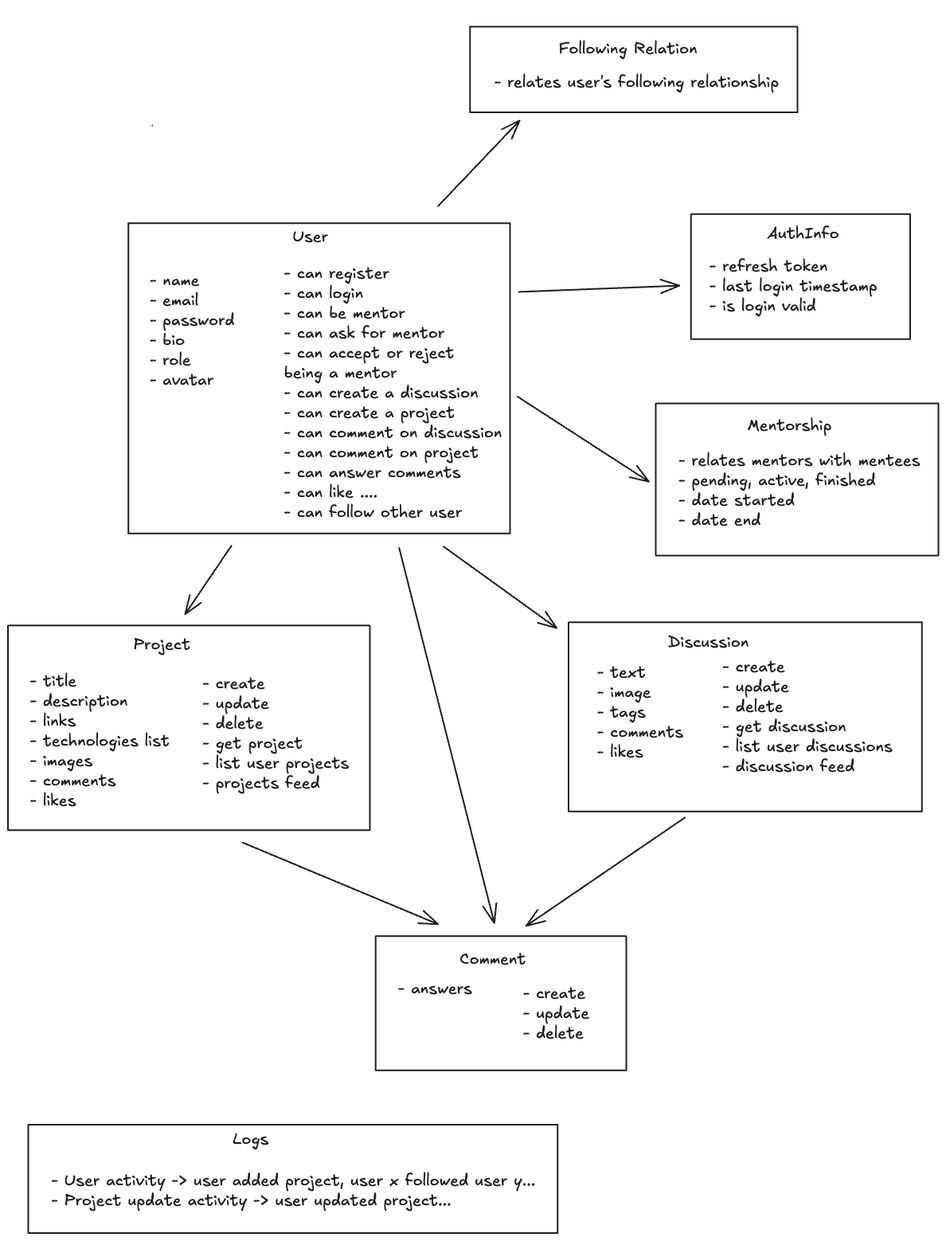
The Excalidraw diagram architecture/problem-breakdown.excalidraw.png in gabrielmendes98/dev-connect, before a commit. Source tidied: one line per element, renumbered; positions are measured from the earlier drawing's top-left corner, leaving out a move shared by most shapes. The source it was exported from:
```json
{"id": 0, "type": "text", "text": "User", "strokeColor": "#1e1e1e", "strokeWidth": 2, "roughness": 0, "fontSize": 20, "fontFamily": 5, "x": 357, "y": 252, "width": 44, "height": 25}
{"id": 1, "type": "text", "text": "- can register\n- can login\n- can be mentor\n- can ask for mentor\n- can accept or reject\nbeing a mentor\n- can create a discussion\n- can create a project\n- can comment on discussion\n- can comment on project\n- can answer comments\n- can like ....\n- can follow other user", "strokeColor": "#1e1e1e", "strokeWidth": 2, "roughness": 0, "fontSize": 20, "fontFamily": 5, "x": 347, "y": 298, "width": 274, "height": 325}
{"id": 2, "type": "text", "text": "Project", "strokeColor": "#1e1e1e", "strokeWidth": 2, "roughness": 0, "fontSize": 20, "fontFamily": 5, "x": 157, "y": 764, "width": 72, "height": 25}
{"id": 3, "type": "text", "text": "- create\n- update\n- delete\n- get project\n- list user projects\n- projects feed", "strokeColor": "#1e1e1e", "strokeWidth": 2, "roughness": 0, "fontSize": 20, "fontFamily": 5, "x": 245, "y": 813, "width": 184, "height": 150}
{"id": 4, "type": "text", "text": "- name\n- email\n- password\n- bio\n- role\n- avatar", "strokeColor": "#1e1e1e", "strokeWidth": 2, "roughness": 0, "fontSize": 20, "fontFamily": 5, "x": 178, "y": 307, "width": 106, "height": 150}
{"id": 5, "type": "rectangle", "strokeColor": "#1e1e1e", "strokeWidth": 2, "roughness": 0, "x": 151, "y": 247, "width": 479, "height": 390}
{"id": 6, "type": "arrow", "strokeColor": "#1e1e1e", "strokeWidth": 2, "roughness": 0, "endArrowhead": "arrow", "round": true, "from": 5, "to": 9, "x": 641, "y": 333, "width": 202, "height": 8, "points": [[0, 0], [202, -8]]}
{"id": 7, "type": "text", "text": "AuthInfo", "strokeColor": "#1e1e1e", "strokeWidth": 2, "roughness": 0, "fontSize": 20, "fontFamily": 5, "x": 954, "y": 248, "width": 90, "height": 25}
{"id": 8, "type": "text", "text": "- refresh token\n- last login timestamp\n- is login valid", "strokeColor": "#1e1e1e", "strokeWidth": 2, "roughness": 0, "fontSize": 20, "fontFamily": 5, "x": 881, "y": 289, "width": 211, "height": 75}
{"id": 9, "type": "rectangle", "strokeColor": "#1e1e1e", "strokeWidth": 2, "roughness": 0, "x": 858, "y": 235, "width": 275, "height": 157}
{"id": 10, "type": "text", "text": "Mentorship", "strokeColor": "#1e1e1e", "strokeWidth": 2, "roughness": 0, "fontSize": 20, "fontFamily": 5, "x": 929, "y": 489, "width": 106, "height": 25}
{"id": 11, "type": "text", "text": "- relates mentors with mentees\n- pending, active, finished\n- date started\n- date end", "strokeColor": "#1e1e1e", "strokeWidth": 2, "roughness": 0, "fontSize": 20, "fontFamily": 5, "x": 842, "y": 533, "width": 303, "height": 100}
{"id": 12, "type": "rectangle", "strokeColor": "#1e1e1e", "strokeWidth": 2, "roughness": 0, "x": 814, "y": 473, "width": 355, "height": 191}
{"id": 13, "type": "arrow", "strokeColor": "#1e1e1e", "strokeWidth": 2, "roughness": 0, "endArrowhead": "arrow", "round": true, "from": 5, "to": 12, "x": 640, "y": 465, "width": 165, "height": 107, "points": [[0, 0], [165, 107]]}
{"id": 14, "type": "text", "text": "Discussion", "strokeColor": "#1e1e1e", "strokeWidth": 2, "roughness": 0, "fontSize": 20, "fontFamily": 5, "x": 829, "y": 761, "width": 101, "height": 25}
{"id": 15, "type": "text", "text": "- text\n- image\n- tags\n- comments\n- likes", "strokeColor": "#1e1e1e", "strokeWidth": 2, "roughness": 0, "fontSize": 20, "fontFamily": 5, "x": 740, "y": 799, "width": 108, "height": 125}
{"id": 16, "type": "text", "text": "- create\n- update\n- delete\n- get discussion\n- list user discussions\n- discussion feed", "strokeColor": "#1e1e1e", "strokeWidth": 2, "roughness": 0, "fontSize": 20, "fontFamily": 5, "x": 898, "y": 792, "width": 213, "height": 150}
{"id": 17, "type": "rectangle", "strokeColor": "#1e1e1e", "strokeWidth": 2, "roughness": 0, "x": 704, "y": 748, "width": 444, "height": 238}
{"id": 18, "type": "arrow", "strokeColor": "#1e1e1e", "strokeWidth": 2, "roughness": 0, "endArrowhead": "arrow", "round": true, "from": 5, "to": 17, "x": 547, "y": 653, "width": 142, "height": 103, "points": [[0, 0], [142, 103]]}
{"id": 19, "type": "text", "text": "- title\n- description\n- links\n- technologies list\n- images\n- comments\n- likes", "strokeColor": "#1e1e1e", "strokeWidth": 2, "roughness": 0, "fontSize": 20, "fontFamily": 5, "x": 28, "y": 810, "width": 175, "height": 175}
{"id": 20, "type": "rectangle", "strokeColor": "#1e1e1e", "strokeWidth": 2, "roughness": 0, "x": 0, "y": 752, "width": 454, "height": 257}
{"id": 21, "type": "arrow", "strokeColor": "#1e1e1e", "strokeWidth": 2, "roughness": 0, "endArrowhead": "arrow", "round": true, "from": 5, "to": 20, "x": 281, "y": 652, "width": 58, "height": 86, "points": [[0, 0], [-58, 86]]}
{"id": 22, "type": "text", "text": "Comment", "strokeColor": "#1e1e1e", "strokeWidth": 2, "roughness": 0, "fontSize": 20, "fontFamily": 5, "x": 567, "y": 1159, "width": 83, "height": 25}
{"id": 23, "type": "text", "text": "- answers", "strokeColor": "#1e1e1e", "strokeWidth": 2, "roughness": 0, "fontSize": 20, "fontFamily": 5, "x": 490, "y": 1196, "width": 93, "height": 25}
{"id": 24, "type": "text", "text": "- create\n- update\n- delete", "strokeColor": "#1e1e1e", "strokeWidth": 2, "roughness": 0, "fontSize": 20, "fontFamily": 5, "x": 647, "y": 1202, "width": 83, "height": 75}
{"id": 25, "type": "rectangle", "strokeColor": "#1e1e1e", "strokeWidth": 2, "roughness": 0, "x": 462, "y": 1142, "width": 315, "height": 168}
{"id": 26, "type": "arrow", "strokeColor": "#1e1e1e", "strokeWidth": 2, "roughness": 0, "endArrowhead": "arrow", "round": true, "from": 20, "to": 25, "x": 295, "y": 1024, "width": 245, "height": 102, "points": [[0, 0], [245, 102]]}
{"id": 27, "type": "arrow", "strokeColor": "#1e1e1e", "strokeWidth": 2, "roughness": 0, "endArrowhead": "arrow", "round": true, "from": 17, "to": 25, "x": 850, "y": 993, "width": 199, "height": 136, "points": [[0, 0], [-199, 136]]}
{"id": 28, "type": "arrow", "strokeColor": "#1e1e1e", "strokeWidth": 2, "roughness": 0, "endArrowhead": "arrow", "round": true, "from": 5, "to": 25, "x": 491, "y": 654, "width": 120, "height": 471, "points": [[0, 0], [120, 471]]}
{"id": 29, "type": "text", "text": "Logs", "strokeColor": "#1e1e1e", "strokeWidth": 2, "roughness": 0, "fontSize": 20, "fontFamily": 5, "x": 283, "y": 1385, "width": 45, "height": 25}
{"id": 30, "type": "text", "text": "- User activity -> user added project, user x followed user y...\n- Project update activity -> user updated project...", "strokeColor": "#1e1e1e", "strokeWidth": 2, "roughness": 0, "fontSize": 20, "fontFamily": 5, "x": 55, "y": 1437, "width": 608, "height": 50}
{"id": 31, "type": "rectangle", "strokeColor": "#1e1e1e", "strokeWidth": 2, "roughness": 0, "x": 26, "y": 1379, "width": 665, "height": 136}
{"id": 32, "type": "text", "text": "Following Relation", "strokeColor": "#1e1e1e", "strokeWidth": 2, "roughness": 0, "fontSize": 20, "fontFamily": 5, "x": 692, "y": 16, "width": 174, "height": 25}
{"id": 33, "type": "text", "text": "- relates user's following relationship", "strokeColor": "#1e1e1e", "strokeWidth": 2, "roughness": 0, "fontSize": 20, "fontFamily": 5, "x": 611, "y": 58, "width": 357, "height": 25}
{"id": 34, "type": "rectangle", "strokeColor": "#1e1e1e", "strokeWidth": 2, "roughness": 0, "x": 580, "y": 0, "width": 411, "height": 108}
{"id": 35, "type": "arrow", "strokeColor": "#1e1e1e", "strokeWidth": 2, "roughness": 0, "endArrowhead": "arrow", "round": true, "from": 5, "to": 34, "x": 540, "y": 225, "width": 102, "height": 108, "points": [[0, 0], [102, -108]]}
```
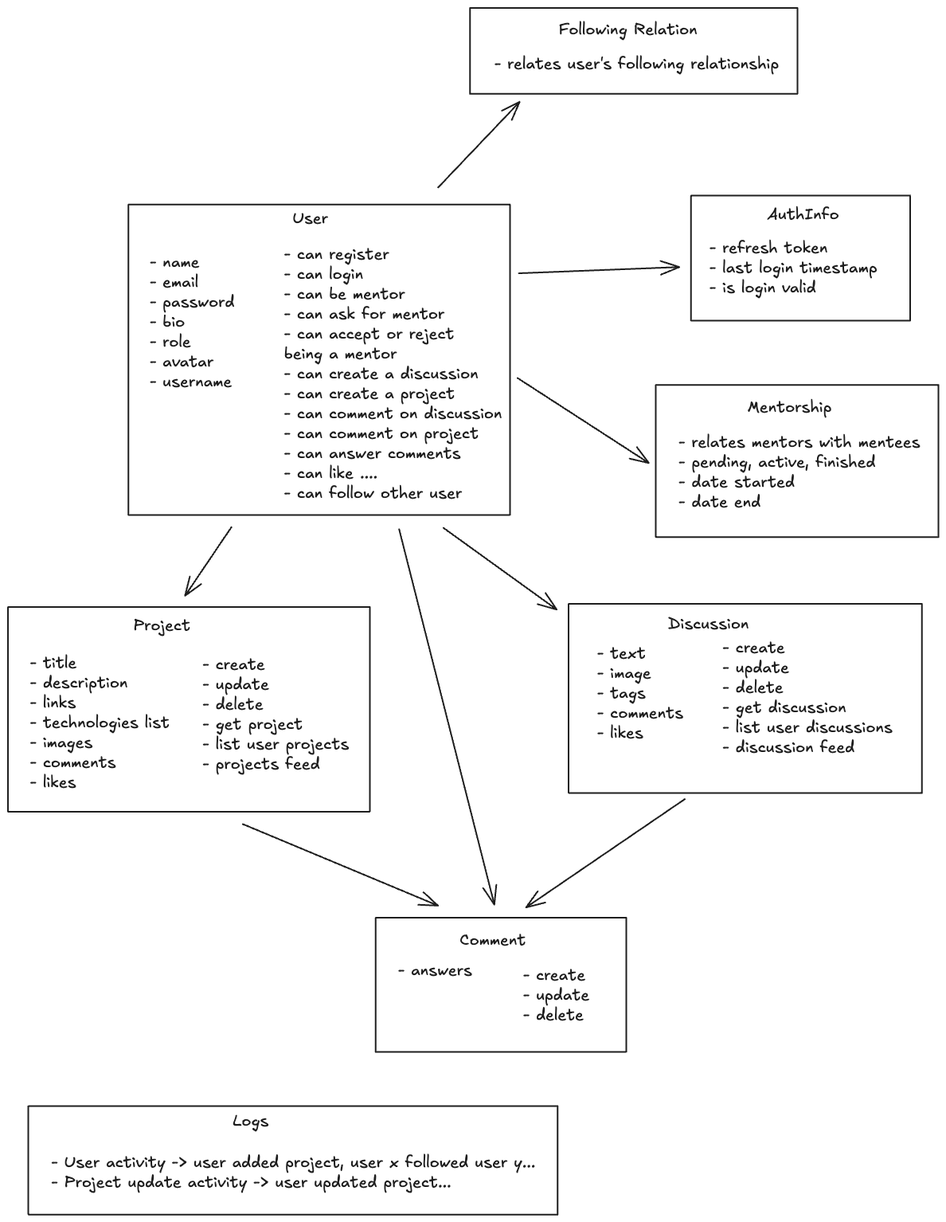
The same file after the commit.

Change to the diagram source:
```diff
@@ -2,7 +2,7 @@
 {"id": 1, "type": "text", "text": "- can register\n- can login\n- can be mentor\n- can ask for mentor\n- can accept or reject\nbeing a mentor\n- can create a discussion\n- can create a project\n- can comment on discussion\n- can comment on project\n- can answer comments\n- can like ....\n- can follow other user", "strokeColor": "#1e1e1e", "strokeWidth": 2, "roughness": 0, "fontSize": 20, "fontFamily": 5, "x": 347, "y": 298, "width": 274, "height": 325}
 {"id": 2, "type": "text", "text": "Project", "strokeColor": "#1e1e1e", "strokeWidth": 2, "roughness": 0, "fontSize": 20, "fontFamily": 5, "x": 157, "y": 764, "width": 72, "height": 25}
 {"id": 3, "type": "text", "text": "- create\n- update\n- delete\n- get project\n- list user projects\n- projects feed", "strokeColor": "#1e1e1e", "strokeWidth": 2, "roughness": 0, "fontSize": 20, "fontFamily": 5, "x": 245, "y": 813, "width": 184, "height": 150}
-{"id": 4, "type": "text", "text": "- name\n- email\n- password\n- bio\n- role\n- avatar", "strokeColor": "#1e1e1e", "strokeWidth": 2, "roughness": 0, "fontSize": 20, "fontFamily": 5, "x": 178, "y": 307, "width": 106, "height": 150}
+{"id": 4, "type": "text", "text": "- name\n- email\n- password\n- bio\n- role\n- avatar\n- username", "strokeColor": "#1e1e1e", "strokeWidth": 2, "roughness": 0, "fontSize": 20, "fontFamily": 5, "x": 178, "y": 307, "width": 106, "height": 175}
 {"id": 5, "type": "rectangle", "strokeColor": "#1e1e1e", "strokeWidth": 2, "roughness": 0, "x": 151, "y": 247, "width": 479, "height": 390}
 {"id": 6, "type": "arrow", "strokeColor": "#1e1e1e", "strokeWidth": 2, "roughness": 0, "endArrowhead": "arrow", "round": true, "from": 5, "to": 9, "x": 641, "y": 333, "width": 202, "height": 8, "points": [[0, 0], [202, -8]]}
 {"id": 7, "type": "text", "text": "AuthInfo", "strokeColor": "#1e1e1e", "strokeWidth": 2, "roughness": 0, "fontSize": 20, "fontFamily": 5, "x": 954, "y": 248, "width": 90, "height": 25}
```
